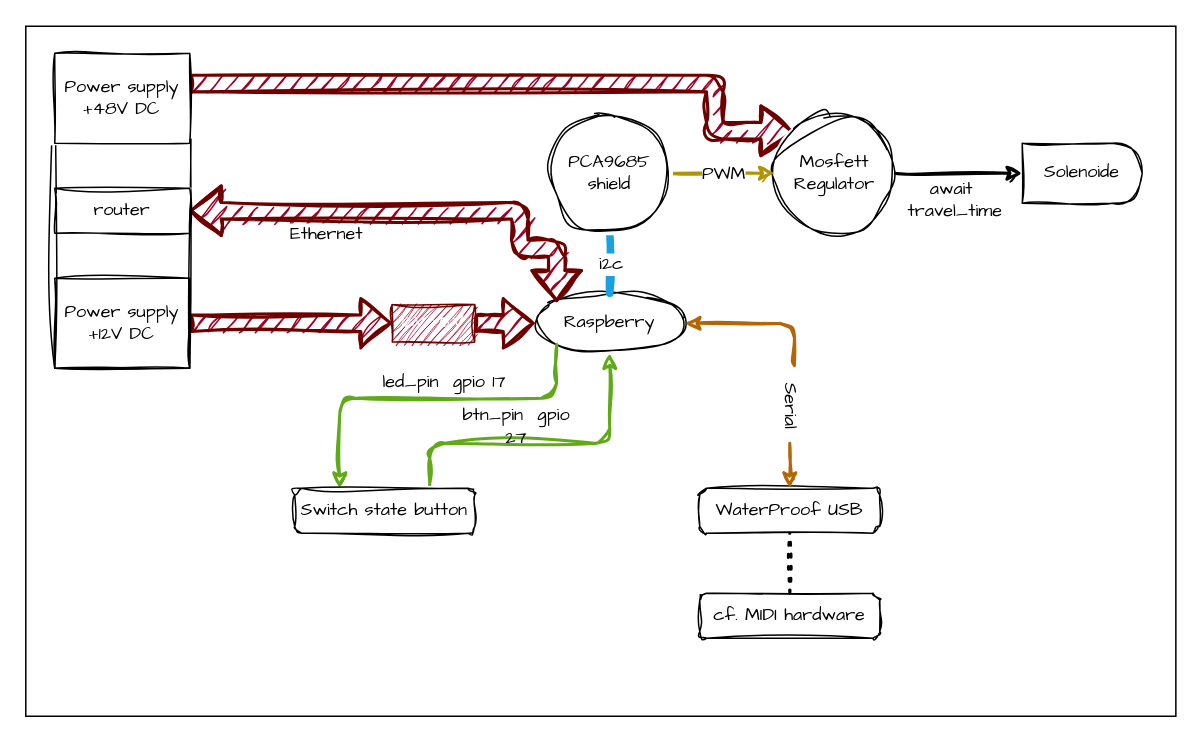
Before: ressources/diagram-hardware.drawio in lan-ensad/cloches-sous-tension, a draw.io diagram. Source tidied: cells renumbered, new cells numbered last; positions are measured from the earlier drawing's top-left corner, leaving out a move shared by most shapes. Both pictures are drawn from the tidied source at 150%, with x=0, y=0 at pixel (26, 26).
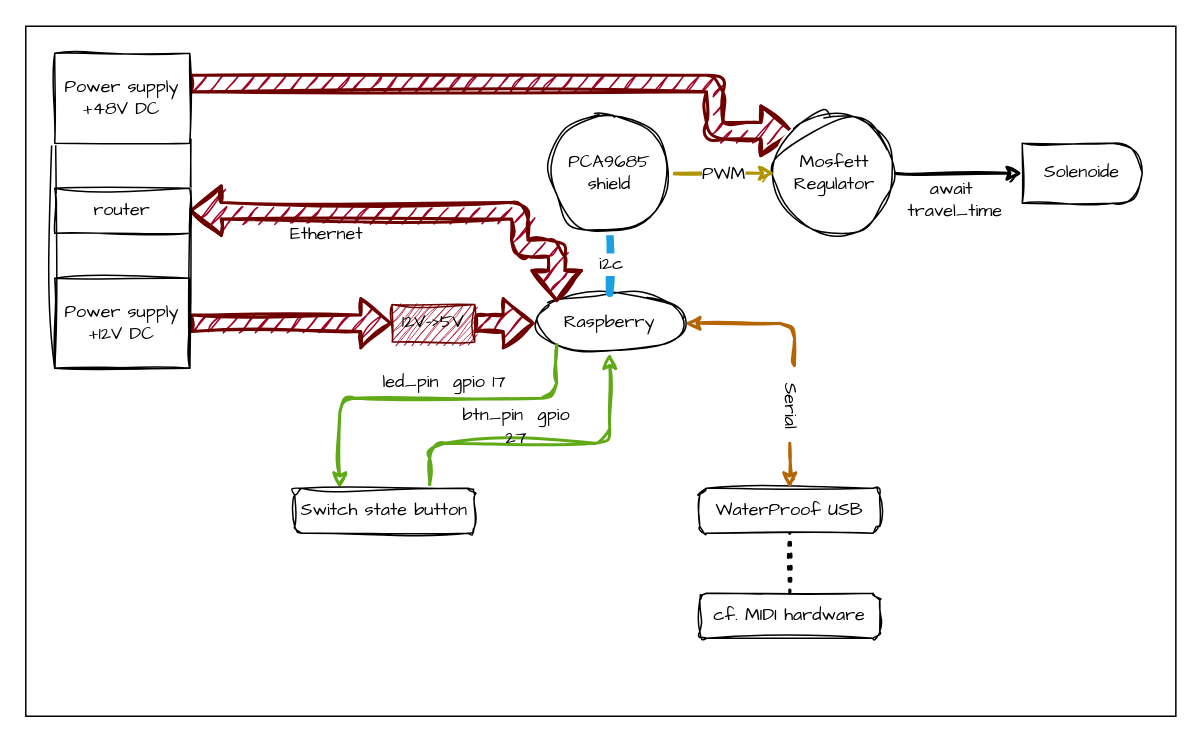
After the change.

Change to the diagram source:
```diff
@@
-    <mxCell id="11" value="12V-&amp;gt;5V" style="rounded=0;whiteSpace=wrap;html=1;fontSize=12;sketch=1;curveFitting=1;jiggle=2;fillColor=#a20025;fontColor=#ffffff;strokeColor=#6F0000;fontFamily=Architects Daughter;" parent="1" vertex="1">
+    <mxCell id="11" value="12V-&amp;gt;5V" style="rounded=0;whiteSpace=wrap;html=1;fontSize=12;sketch=1;curveFitting=1;jiggle=2;fillColor=#a20025;fontColor=#000000;strokeColor=#6F0000;fontFamily=Architects Daughter;" parent="1" vertex="1">
       <mxGeometry x="244" y="185.5" width="55" height="25" as="geometry" />
     </mxCell>
```
